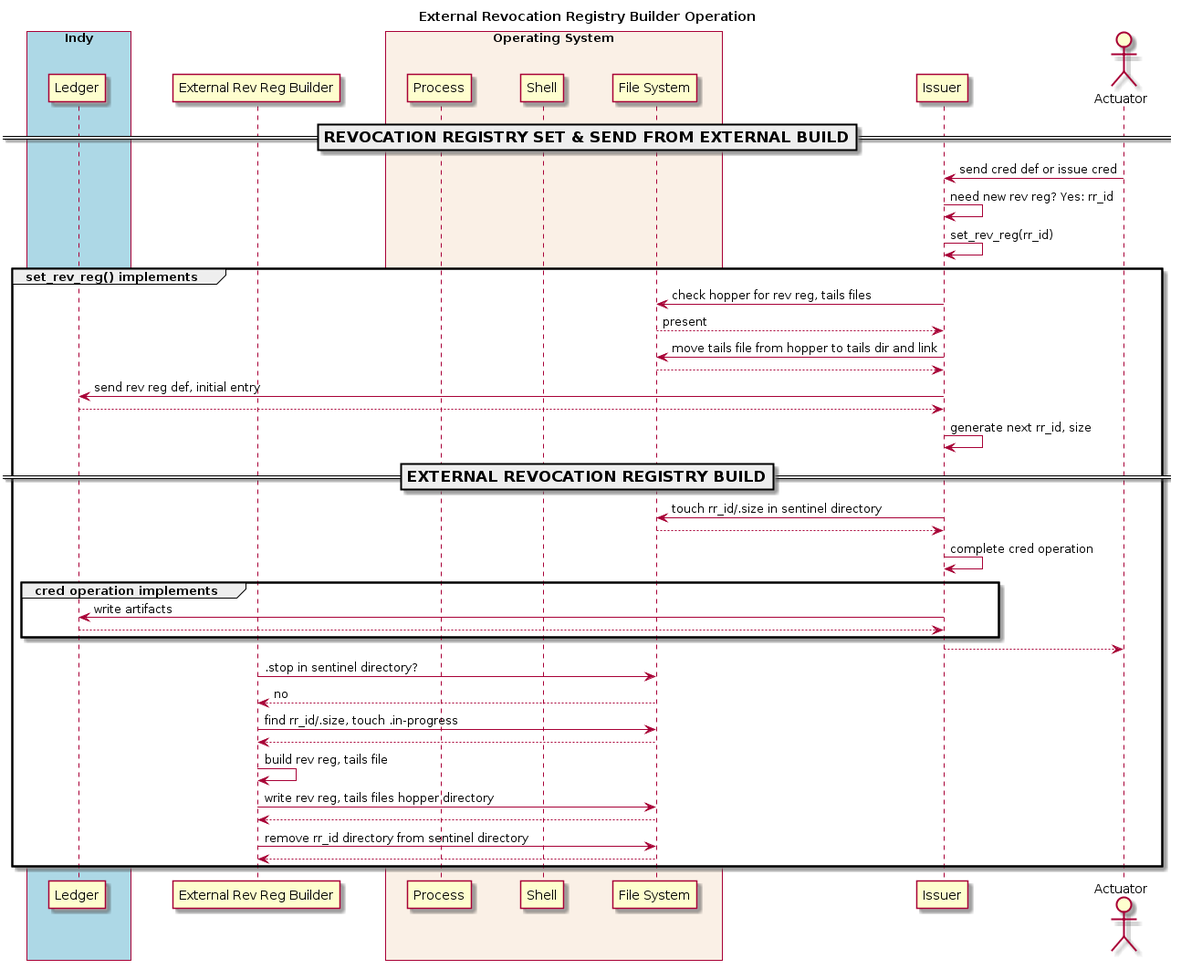
Earlier version of the PlantUML export docs/source/pic/rrbx-op.png (PSPC-SPAC-buyandsell/von_anchor). Its diagram source:
```plantuml
@startuml

skinparam ParticipantPadding 20
skinparam BoxPadding 20

title External Revocation Registry Builder Operation

box "Indy" #LightBlue
    participant "Ledger" as ledger
endbox

participant "External Rev Reg Builder" as rrbx
box "Operating System" #Linen
    participant "Process" as proc
    participant "Shell" as bash
    participant "File System" as fs
endbox
participant "Issuer" as issuer

actor "Actuator" as ator

=== REVOCATION REGISTRY SET & SEND FROM EXTERNAL BUILD ==
ator -> issuer: send cred def or issue cred
issuer -> issuer: need new rev reg? Yes: rr_id
issuer -> issuer: set_rev_reg(rr_id)
group set_rev_reg() implements
    issuer -> fs: check hopper for rev reg, tails files
    fs --> issuer: present
    issuer -> fs: move tails file from hopper to tails dir and link
    fs --> issuer:
    issuer -> ledger: send rev reg def, initial entry
    ledger --> issuer:
    issuer -> issuer: generate next rr_id, size

=== EXTERNAL REVOCATION REGISTRY BUILD ==

    issuer -> fs: touch rr_id/.size in sentinel directory
    fs --> issuer:
    issuer -> issuer: complete cred operation
    group cred operation implements
        issuer -> ledger: write artifacts
        ledger --> issuer
    end
    issuer --> ator:
    rrbx -> fs: .stop in sentinel directory?
    fs --> rrbx: no
    rrbx -> fs: find rr_id/.size, touch .in-progress
    fs --> rrbx:
    rrbx -> rrbx: build rev reg, tails file
    rrbx -> fs: write rev reg, tails files hopper directory
    fs --> rrbx:
    rrbx -> fs: remove rr_id directory from sentinel directory
    fs --> rrbx:

end
@enduml
```
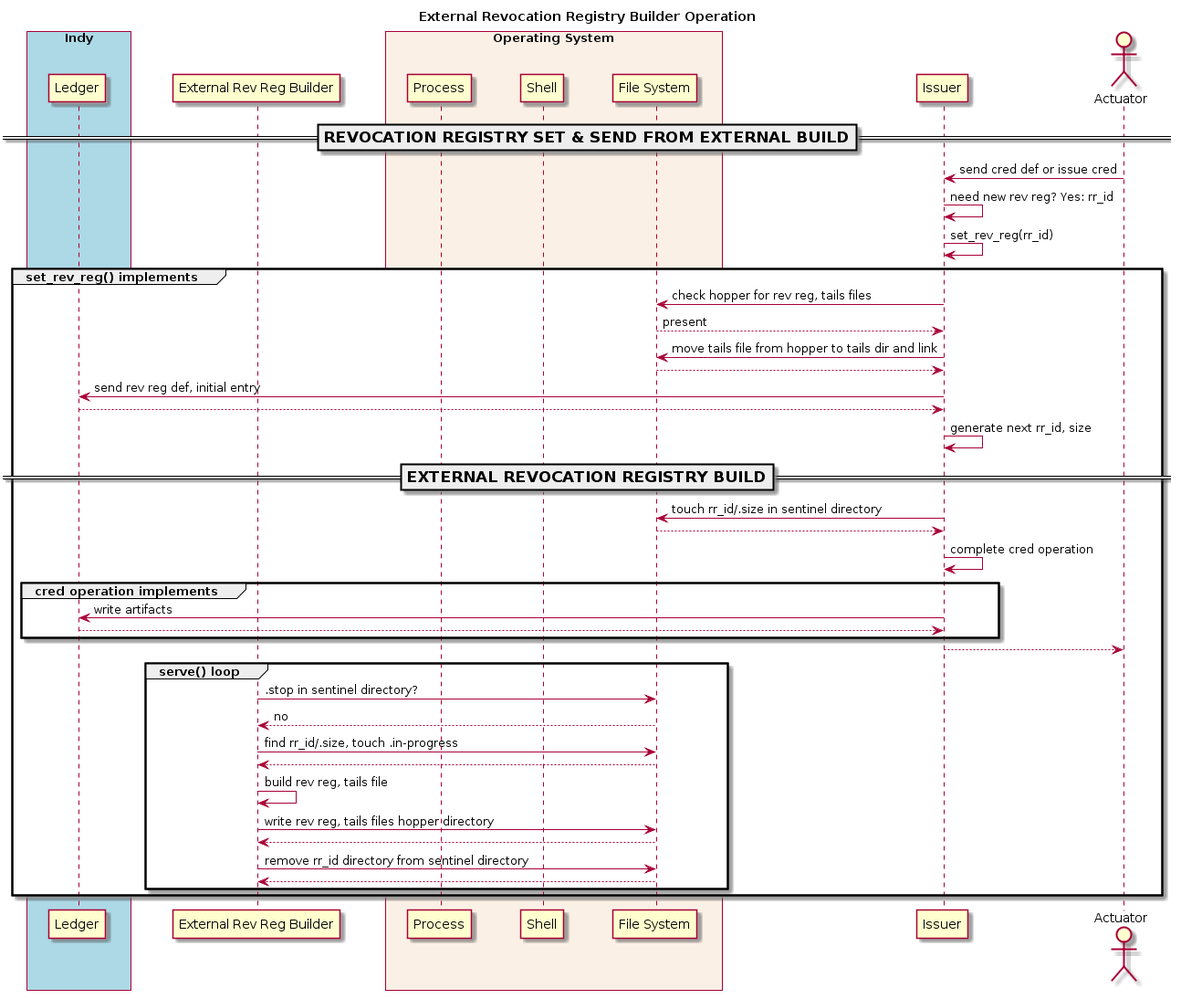
The same file after the commit.

Commit message:
tweak rrbx pix, put version in docs

Diff of the diagram source:
```diff
@@ -42,15 +42,17 @@
         ledger --> issuer
     end
     issuer --> ator:
-    rrbx -> fs: .stop in sentinel directory?
-    fs --> rrbx: no
-    rrbx -> fs: find rr_id/.size, touch .in-progress
-    fs --> rrbx:
-    rrbx -> rrbx: build rev reg, tails file
-    rrbx -> fs: write rev reg, tails files hopper directory
-    fs --> rrbx:
-    rrbx -> fs: remove rr_id directory from sentinel directory
-    fs --> rrbx:
+    group serve() loop
+        rrbx -> fs: .stop in sentinel directory?
+        fs --> rrbx: no
+        rrbx -> fs: find rr_id/.size, touch .in-progress
+        fs --> rrbx:
+        rrbx -> rrbx: build rev reg, tails file
+        rrbx -> fs: write rev reg, tails files hopper directory
+        fs --> rrbx:
+        rrbx -> fs: remove rr_id directory from sentinel directory
+        fs --> rrbx:
+    end
 
 end
 @enduml
```
